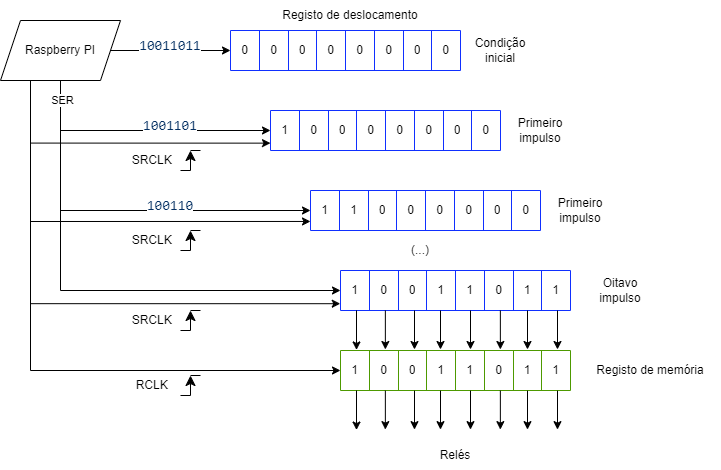
Earlier version of the draw.io export figures/registo deslocamente.drawio.png (eddygrinder/LaRE_LaTeX). Source tidied: cells renumbered, new cells last; positions are measured from the earlier drawing's top-left corner, leaving out a move shared by most shapes.
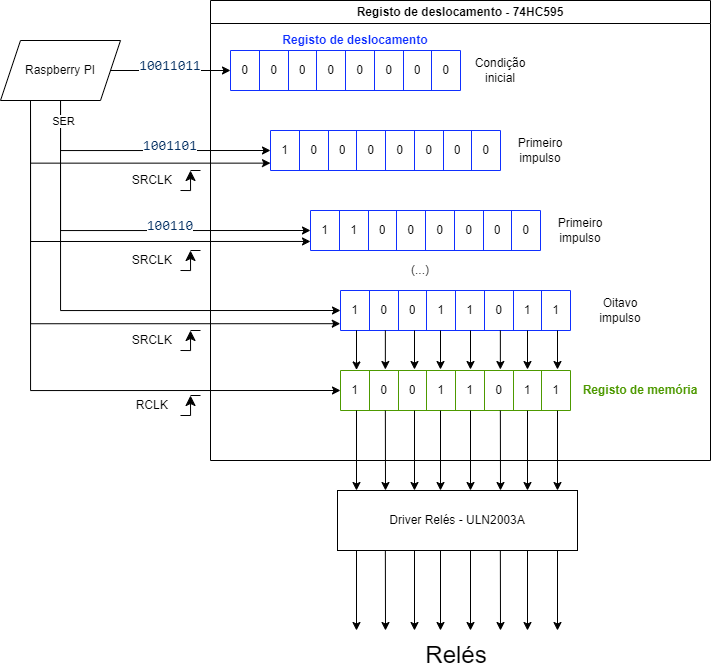
Above is the later version.

What changed in the source:
```diff
@@ -239,9 +239,6 @@
         <mxPoint x="10" as="targetPoint" />
       </mxGeometry>
     </mxCell>
-    <mxCell id="75" value="Registo de deslocamento" style="text;html=1;align=center;verticalAlign=middle;whiteSpace=wrap;rounded=0;" parent="1" vertex="1">
-      <mxGeometry x="280" width="140" height="30" as="geometry" />
-    </mxCell>
     <mxCell id="76" style="shape=table;startSize=0;strokeColor=#4D9900;" parent="1" vertex="1">
       <mxGeometry x="340" y="350" width="230" height="40" as="geometry" />
     </mxCell>
@@ -272,8 +269,8 @@
     <mxCell id="85" value="1" style="shape=partialRectangle;html=1;whiteSpace=wrap;strokeColor=inherit;overflow=hidden;fillColor=none;top=0;left=0;bottom=0;right=0;" parent="77" vertex="1">
       <mxGeometry x="201" width="29" height="40" as="geometry" />
     </mxCell>
-    <mxCell id="86" value="Registo de memória" style="text;html=1;align=center;verticalAlign=middle;whiteSpace=wrap;rounded=0;" parent="1" vertex="1">
-      <mxGeometry x="580" y="355" width="140" height="30" as="geometry" />
+    <mxCell id="86" value="&lt;font color=&quot;#4d9900&quot;&gt;&lt;b&gt;Registo de memória&lt;/b&gt;&lt;/font&gt;" style="text;html=1;align=center;verticalAlign=middle;whiteSpace=wrap;rounded=0;" parent="1" vertex="1">
+      <mxGeometry x="580" y="355" width="120" height="30" as="geometry" />
     </mxCell>
     <mxCell id="87" style="group;" parent="1" vertex="1">
       <mxGeometry x="130" y="375" width="70" height="20" as="geometry" />
@@ -344,56 +341,119 @@
         <mxPoint x="557" y="349" as="targetPoint" />
       </mxGeometry>
     </mxCell>
+    <mxCell id="108" value="&lt;font style=&quot;font-size: 24px;&quot;&gt;Relés&lt;/font&gt;" style="text;html=1;align=center;verticalAlign=middle;whiteSpace=wrap;rounded=0;" parent="1" vertex="1">
+      <mxGeometry x="426.5" y="620" width="60" height="30" as="geometry" />
+    </mxCell>
+    <mxCell id="109" value="Registo de deslocamento - 74HC595" style="swimlane;whiteSpace=wrap;html=1;" parent="1" vertex="1">
+      <mxGeometry x="210" y="-20" width="500" height="460" as="geometry" />
+    </mxCell>
+    <mxCell id="75" value="&lt;font color=&quot;#0f2fff&quot;&gt;&lt;b&gt;Registo de deslocamento&lt;/b&gt;&lt;/font&gt;" style="text;html=1;align=center;verticalAlign=middle;whiteSpace=wrap;rounded=0;" parent="109" vertex="1">
+      <mxGeometry x="69.5" y="25" width="150" height="30" as="geometry" />
+    </mxCell>
+    <mxCell id="110" value="Driver Relés - ULN2003A" style="rounded=0;whiteSpace=wrap;html=1;" parent="1" vertex="1">
+      <mxGeometry x="337" y="470" width="240" height="60" as="geometry" />
+    </mxCell>
+    <mxCell id="111" style="group;" parent="1" vertex="1">
+      <mxGeometry x="356" y="390" width="201" height="80" as="geometry" />
+    </mxCell>
-    <mxCell id="100" style="endArrow=classic;html=1;rounded=0;exitX=0.06;exitY=0.997;exitDx=0;exitDy=0;exitPerimeter=0;entryX=0.06;entryY=-0.014;entryDx=0;entryDy=0;entryPerimeter=0;" parent="1" edge="1">
+    <mxCell id="100" style="endArrow=classic;html=1;rounded=0;exitX=0.06;exitY=0.997;exitDx=0;exitDy=0;exitPerimeter=0;" parent="111" edge="1">
       <mxGeometry relative="1" as="geometry">
-        <mxPoint x="356" y="390" as="sourcePoint" />
-        <mxPoint x="356" y="429.6" as="targetPoint" />
+        <mxPoint as="sourcePoint" />
+        <mxPoint y="80" as="targetPoint" />
       </mxGeometry>
     </mxCell>
-    <mxCell id="101" style="endArrow=classic;html=1;rounded=0;exitX=0.06;exitY=0.997;exitDx=0;exitDy=0;exitPerimeter=0;entryX=0.06;entryY=-0.014;entryDx=0;entryDy=0;entryPerimeter=0;" parent="1" edge="1">
+    <mxCell id="101" style="endArrow=classic;html=1;rounded=0;exitX=0.06;exitY=0.997;exitDx=0;exitDy=0;exitPerimeter=0;" parent="111" edge="1">
       <mxGeometry relative="1" as="geometry">
-        <mxPoint x="384.9" y="390.1" as="sourcePoint" />
-        <mxPoint x="384.9" y="429.1" as="targetPoint" />
+        <mxPoint x="28.9" y="0.1" as="sourcePoint" />
+        <mxPoint x="29" y="80" as="targetPoint" />
       </mxGeometry>
     </mxCell>
-    <mxCell id="102" style="endArrow=classic;html=1;rounded=0;exitX=0.06;exitY=0.997;exitDx=0;exitDy=0;exitPerimeter=0;entryX=0.06;entryY=-0.014;entryDx=0;entryDy=0;entryPerimeter=0;" parent="1" edge="1">
+    <mxCell id="102" style="endArrow=classic;html=1;rounded=0;exitX=0.06;exitY=0.997;exitDx=0;exitDy=0;exitPerimeter=0;" parent="111" edge="1">
       <mxGeometry relative="1" as="geometry">
-        <mxPoint x="414" y="390.1" as="sourcePoint" />
-        <mxPoint x="414" y="429.1" as="targetPoint" />
+        <mxPoint x="58" y="0.1" as="sourcePoint" />
+        <mxPoint x="58" y="80" as="targetPoint" />
       </mxGeometry>
     </mxCell>
-    <mxCell id="103" style="endArrow=classic;html=1;rounded=0;exitX=0.06;exitY=0.997;exitDx=0;exitDy=0;exitPerimeter=0;entryX=0.06;entryY=-0.014;entryDx=0;entryDy=0;entryPerimeter=0;" parent="1" edge="1">
+    <mxCell id="103" style="endArrow=classic;html=1;rounded=0;exitX=0.06;exitY=0.997;exitDx=0;exitDy=0;exitPerimeter=0;" parent="111" edge="1">
       <mxGeometry relative="1" as="geometry">
-        <mxPoint x="440" y="390.1" as="sourcePoint" />
-        <mxPoint x="440" y="429.1" as="targetPoint" />
+        <mxPoint x="84" y="0.1" as="sourcePoint" />
+        <mxPoint x="84" y="80" as="targetPoint" />
       </mxGeometry>
     </mxCell>
-    <mxCell id="104" style="endArrow=classic;html=1;rounded=0;exitX=0.06;exitY=0.997;exitDx=0;exitDy=0;exitPerimeter=0;entryX=0.06;entryY=-0.014;entryDx=0;entryDy=0;entryPerimeter=0;" parent="1" edge="1">
+    <mxCell id="104" style="endArrow=classic;html=1;rounded=0;exitX=0.06;exitY=0.997;exitDx=0;exitDy=0;exitPerimeter=0;" parent="111" edge="1">
       <mxGeometry relative="1" as="geometry">
-        <mxPoint x="470" y="390.1" as="sourcePoint" />
-        <mxPoint x="470" y="429.1" as="targetPoint" />
+        <mxPoint x="114" y="0.1" as="sourcePoint" />
+        <mxPoint x="114" y="80" as="targetPoint" />
       </mxGeometry>
     </mxCell>
-    <mxCell id="105" style="endArrow=classic;html=1;rounded=0;exitX=0.06;exitY=0.997;exitDx=0;exitDy=0;exitPerimeter=0;entryX=0.06;entryY=-0.014;entryDx=0;entryDy=0;entryPerimeter=0;" parent="1" edge="1">
+    <mxCell id="105" style="endArrow=classic;html=1;rounded=0;exitX=0.06;exitY=0.997;exitDx=0;exitDy=0;exitPerimeter=0;" parent="111" edge="1">
       <mxGeometry relative="1" as="geometry">
-        <mxPoint x="499.9" y="390.1" as="sourcePoint" />
-        <mxPoint x="499.9" y="429.1" as="targetPoint" />
+        <mxPoint x="143.9" y="0.1" as="sourcePoint" />
+        <mxPoint x="144" y="80" as="targetPoint" />
       </mxGeometry>
     </mxCell>
-    <mxCell id="106" style="endArrow=classic;html=1;rounded=0;exitX=0.06;exitY=0.997;exitDx=0;exitDy=0;exitPerimeter=0;entryX=0.06;entryY=-0.014;entryDx=0;entryDy=0;entryPerimeter=0;" parent="1" edge="1">
+    <mxCell id="106" style="endArrow=classic;html=1;rounded=0;exitX=0.06;exitY=0.997;exitDx=0;exitDy=0;exitPerimeter=0;" parent="111" edge="1">
       <mxGeometry relative="1" as="geometry">
-        <mxPoint x="527" y="390.1" as="sourcePoint" />
-        <mxPoint x="527" y="429.1" as="targetPoint" />
+        <mxPoint x="171" y="0.1" as="sourcePoint" />
+        <mxPoint x="171" y="80" as="targetPoint" />
       </mxGeometry>
     </mxCell>
-    <mxCell id="107" style="endArrow=classic;html=1;rounded=0;exitX=0.06;exitY=0.997;exitDx=0;exitDy=0;exitPerimeter=0;entryX=0.06;entryY=-0.014;entryDx=0;entryDy=0;entryPerimeter=0;" parent="1" edge="1">
+    <mxCell id="107" style="endArrow=classic;html=1;rounded=0;exitX=0.06;exitY=0.997;exitDx=0;exitDy=0;exitPerimeter=0;" parent="111" edge="1">
       <mxGeometry relative="1" as="geometry">
-        <mxPoint x="557" y="390.1" as="sourcePoint" />
-        <mxPoint x="557" y="429.1" as="targetPoint" />
+        <mxPoint x="201" y="0.1" as="sourcePoint" />
+        <mxPoint x="201" y="80" as="targetPoint" />
       </mxGeometry>
     </mxCell>
-    <mxCell id="108" value="Relés" style="text;html=1;align=center;verticalAlign=middle;whiteSpace=wrap;rounded=0;" parent="1" vertex="1">
-      <mxGeometry x="425" y="440" width="60" height="30" as="geometry" />
-    </mxCell>
+    <mxCell id="112" style="group;" parent="1" vertex="1">
+      <mxGeometry x="356" y="530" width="201" height="80" as="geometry" />
+    </mxCell>
+    <mxCell id="113" style="endArrow=classic;html=1;rounded=0;exitX=0.06;exitY=0.997;exitDx=0;exitDy=0;exitPerimeter=0;" parent="112" edge="1">
+      <mxGeometry relative="1" as="geometry">
+        <mxPoint as="sourcePoint" />
+        <mxPoint y="80" as="targetPoint" />
+      </mxGeometry>
+    </mxCell>
+    <mxCell id="114" style="endArrow=classic;html=1;rounded=0;exitX=0.06;exitY=0.997;exitDx=0;exitDy=0;exitPerimeter=0;" parent="112" edge="1">
+      <mxGeometry relative="1" as="geometry">
+        <mxPoint x="28.9" y="0.1" as="sourcePoint" />
+        <mxPoint x="29" y="80" as="targetPoint" />
+      </mxGeometry>
+    </mxCell>
+    <mxCell id="115" style="endArrow=classic;html=1;rounded=0;exitX=0.06;exitY=0.997;exitDx=0;exitDy=0;exitPerimeter=0;" parent="112" edge="1">
+      <mxGeometry relative="1" as="geometry">
+        <mxPoint x="58" y="0.1" as="sourcePoint" />
+        <mxPoint x="58" y="80" as="targetPoint" />
+      </mxGeometry>
+    </mxCell>
+    <mxCell id="116" style="endArrow=classic;html=1;rounded=0;exitX=0.06;exitY=0.997;exitDx=0;exitDy=0;exitPerimeter=0;" parent="112" edge="1">
+      <mxGeometry relative="1" as="geometry">
+        <mxPoint x="84" y="0.1" as="sourcePoint" />
+        <mxPoint x="84" y="80" as="targetPoint" />
+      </mxGeometry>
+    </mxCell>
+    <mxCell id="117" style="endArrow=classic;html=1;rounded=0;exitX=0.06;exitY=0.997;exitDx=0;exitDy=0;exitPerimeter=0;" parent="112" edge="1">
+      <mxGeometry relative="1" as="geometry">
+        <mxPoint x="114" y="0.1" as="sourcePoint" />
+        <mxPoint x="114" y="80" as="targetPoint" />
+      </mxGeometry>
+    </mxCell>
+    <mxCell id="118" style="endArrow=classic;html=1;rounded=0;exitX=0.06;exitY=0.997;exitDx=0;exitDy=0;exitPerimeter=0;" parent="112" edge="1">
+      <mxGeometry relative="1" as="geometry">
+        <mxPoint x="143.9" y="0.1" as="sourcePoint" />
+        <mxPoint x="144" y="80" as="targetPoint" />
+      </mxGeometry>
+    </mxCell>
+    <mxCell id="119" style="endArrow=classic;html=1;rounded=0;exitX=0.06;exitY=0.997;exitDx=0;exitDy=0;exitPerimeter=0;" parent="112" edge="1">
+      <mxGeometry relative="1" as="geometry">
+        <mxPoint x="171" y="0.1" as="sourcePoint" />
+        <mxPoint x="171" y="80" as="targetPoint" />
+      </mxGeometry>
+    </mxCell>
+    <mxCell id="120" style="endArrow=classic;html=1;rounded=0;exitX=0.06;exitY=0.997;exitDx=0;exitDy=0;exitPerimeter=0;" parent="112" edge="1">
+      <mxGeometry relative="1" as="geometry">
+        <mxPoint x="201" y="0.1" as="sourcePoint" />
+        <mxPoint x="201" y="80" as="targetPoint" />
+      </mxGeometry>
+    </mxCell>
   </root>
 </mxGraphModel>
```
